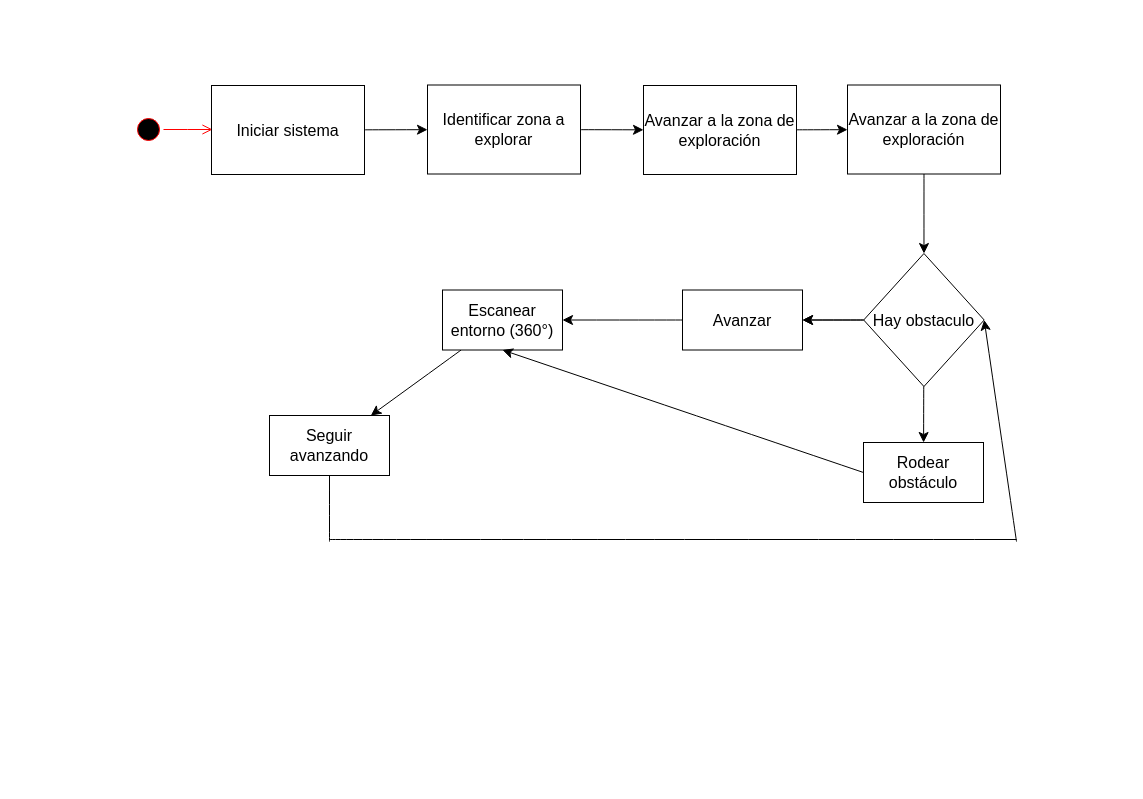
Above: Diagrama sin título.drawio in PabloDavid2004/Progamation (draw.io), before the change. Source tidied: cells renumbered, new cells numbered last; positions are measured from the earlier drawing's top-left corner, leaving out a move shared by most shapes. Both pictures are drawn from the tidied source at 100%, with x=0, y=0 at pixel (133, 84).
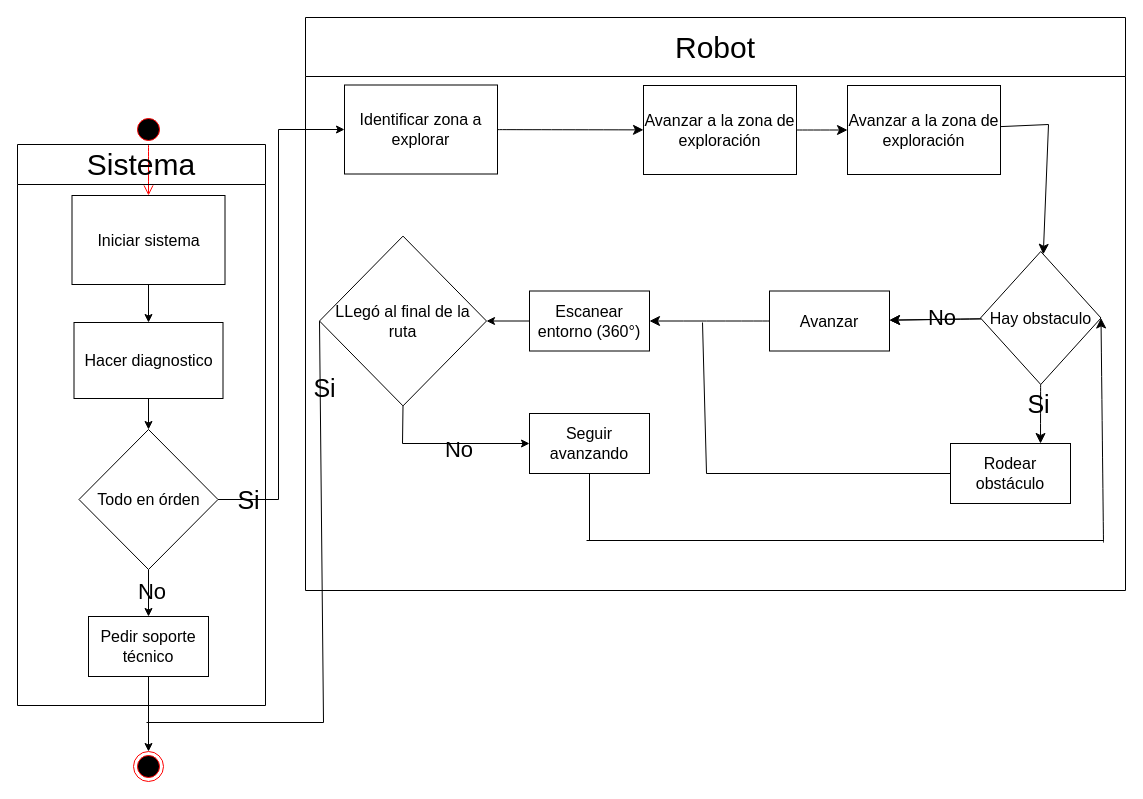
Above is the later version.

The edit, as a diff of the source:
```diff
@@
-    <mxCell id="2" style="ellipse;html=1;shape=startState;fillColor=#000000;strokeColor=#ff0000;fontSize=16;" parent="1" vertex="1">
+    <mxCell id="2" style="ellipse;html=1;shape=startState;fillColor=#000000;strokeColor=#ff0000;fontSize=16;direction=east;flipV=0;" parent="1" vertex="1">
       <mxGeometry y="30" width="30" height="30" as="geometry" />
     </mxCell>
-    <mxCell id="3" style="edgeStyle=orthogonalEdgeStyle;html=1;verticalAlign=bottom;endArrow=open;endSize=8;strokeColor=#ff0000;rounded=0;fontSize=12;curved=1;" parent="1" edge="1" source="2">
-      <mxGeometry relative="1" as="geometry">
-        <mxPoint x="79" y="45" as="targetPoint" />
-      </mxGeometry>
+    <mxCell id="3" style="edgeStyle=orthogonalEdgeStyle;html=1;verticalAlign=bottom;endArrow=open;endSize=8;strokeColor=#ff0000;rounded=0;fontSize=12;curved=1;entryX=0.5;entryY=0;entryDx=0;entryDy=0;" parent="1" edge="1" source="2" target="5">
+      <mxGeometry relative="1" as="geometry" />
     </mxCell>
-    <mxCell id="4" style="edgeStyle=none;curved=1;rounded=0;jettySize=auto;html=1;fontSize=12;startSize=8;endSize=8;" parent="1" edge="1" source="5" target="7">
-      <mxGeometry relative="1" as="geometry" />
-    </mxCell>
+    <mxCell id="26" style="edgeStyle=orthogonalEdgeStyle;rounded=0;jettySize=auto;html=1;" parent="1" edge="1" source="5" target="29">
+      <mxGeometry relative="1" as="geometry" />
+    </mxCell>
-    <mxCell id="5" value="Iniciar sistema" style="rounded=0;whiteSpace=wrap;html=1;fontSize=16;align=center;" parent="1" vertex="1">
-      <mxGeometry x="78" y="1" width="153" height="89" as="geometry" />
+    <mxCell id="5" value="Iniciar sistema" style="rounded=0;whiteSpace=wrap;html=1;fontSize=16;align=center;direction=east;flipV=0;" parent="1" vertex="1">
+      <mxGeometry x="-61.5" y="111" width="153" height="89" as="geometry" />
     </mxCell>
@@
-    <mxCell id="7" value="Identificar zona a explorar" style="rounded=0;whiteSpace=wrap;html=1;fontSize=16;align=center;" parent="1" vertex="1">
-      <mxGeometry x="294" y="0.5" width="153" height="89" as="geometry" />
+    <mxCell id="7" value="Identificar zona a explorar" style="rounded=0;whiteSpace=wrap;html=1;fontSize=16;align=center;direction=east;flipV=0;" parent="1" vertex="1">
+      <mxGeometry x="211" y="0.5" width="153" height="89" as="geometry" />
     </mxCell>
@@
-    <mxCell id="9" value="Avanzar a la zona de exploración" style="rounded=0;whiteSpace=wrap;html=1;fontSize=16;align=center;" parent="1" vertex="1">
+    <mxCell id="9" value="Avanzar a la zona de exploración" style="rounded=0;whiteSpace=wrap;html=1;fontSize=16;align=center;direction=east;flipV=0;" parent="1" vertex="1">
       <mxGeometry x="510" y="1" width="153" height="89" as="geometry" />
     </mxCell>
-    <mxCell id="10" style="edgeStyle=none;curved=1;rounded=0;jettySize=auto;html=1;fontSize=12;startSize=8;endSize=8;" parent="1" edge="1" source="11" target="15">
-      <mxGeometry relative="1" as="geometry" />
+    <mxCell id="10" style="edgeStyle=none;rounded=0;jettySize=auto;html=1;fontSize=12;startSize=8;endSize=8;" parent="1" edge="1" source="11" target="15">
+      <mxGeometry relative="1" as="geometry">
+        <Array as="points">
+          <mxPoint x="915" y="40" />
+        </Array>
+      </mxGeometry>
     </mxCell>
-    <mxCell id="11" value="Avanzar a la zona de exploración" style="rounded=0;whiteSpace=wrap;html=1;fontSize=16;align=center;" parent="1" vertex="1">
-      <mxGeometry x="714" y="0.5" width="153" height="89" as="geometry" />
+    <mxCell id="11" value="Avanzar a la zona de exploración" style="rounded=0;whiteSpace=wrap;html=1;fontSize=16;align=center;direction=east;flipV=0;" parent="1" vertex="1">
+      <mxGeometry x="714" y="1" width="153" height="89" as="geometry" />
     </mxCell>
@@
-    <mxCell id="14" style="edgeStyle=none;curved=1;rounded=0;jettySize=auto;html=1;fontSize=12;startSize=8;endSize=8;" parent="1" edge="1" source="15" target="21">
+    <mxCell id="14" style="edgeStyle=none;curved=1;rounded=0;jettySize=auto;html=1;fontSize=12;startSize=8;endSize=8;entryX=0.75;entryY=0;entryDx=0;entryDy=0;" parent="1" edge="1" source="15" target="21">
       <mxGeometry relative="1" as="geometry" />
     </mxCell>
     <mxCell id="15" value="Hay obstaculo" style="rhombus;whiteSpace=wrap;html=1;fontSize=16;flipH=1;flipV=1;" parent="1" vertex="1">
-      <mxGeometry x="730.2" y="169" width="120.5" height="133" as="geometry" />
+      <mxGeometry x="847" y="167" width="120.5" height="133" as="geometry" />
     </mxCell>
@@
     <mxCell id="17" value="Avanzar" style="whiteSpace=wrap;html=1;fontSize=16;" parent="1" vertex="1">
-      <mxGeometry x="549" y="205.5" width="120" height="60" as="geometry" />
+      <mxGeometry x="636" y="206.5" width="120" height="60" as="geometry" />
     </mxCell>
-    <mxCell id="18" style="edgeStyle=none;curved=1;rounded=0;jettySize=auto;html=1;fontSize=12;startSize=8;endSize=8;" parent="1" edge="1" source="19" target="22">
-      <mxGeometry relative="1" as="geometry" />
-    </mxCell>
+    <mxCell id="27" style="edgeStyle=none;rounded=0;jettySize=auto;html=1;" parent="1" edge="1" source="19" target="43">
+      <mxGeometry relative="1" as="geometry" />
+    </mxCell>
     <mxCell id="19" value="Escanear entorno (360°)" style="whiteSpace=wrap;html=1;fontSize=16;" parent="1" vertex="1">
-      <mxGeometry x="309" y="205.5" width="120" height="60" as="geometry" />
+      <mxGeometry x="396" y="206.5" width="120" height="60" as="geometry" />
     </mxCell>
-    <mxCell id="20" style="edgeStyle=none;curved=1;rounded=0;jettySize=auto;html=1;exitX=0;exitY=0.5;exitDx=0;exitDy=0;entryX=0.5;entryY=1;entryDx=0;entryDy=0;fontSize=12;startSize=8;endSize=8;" parent="1" edge="1" source="21" target="19">
-      <mxGeometry relative="1" as="geometry" />
+    <mxCell id="20" style="edgeStyle=none;rounded=0;jettySize=auto;html=1;exitX=0;exitY=0.5;exitDx=0;exitDy=0;fontSize=12;startSize=8;endSize=8;entryX=0.5;entryY=1;entryDx=0;entryDy=0;endArrow=none;endFill=0;" parent="1" edge="1" source="21">
+      <mxGeometry relative="1" as="geometry">
+        <mxPoint x="569" y="238" as="targetPoint" />
+        <Array as="points">
+          <mxPoint x="573" y="389" />
+        </Array>
+      </mxGeometry>
     </mxCell>
     <mxCell id="21" value="Rodear obstáculo" style="whiteSpace=wrap;html=1;fontSize=16;" parent="1" vertex="1">
-      <mxGeometry x="730" y="358" width="120" height="60" as="geometry" />
+      <mxGeometry x="817" y="359" width="120" height="60" as="geometry" />
     </mxCell>
     <mxCell id="22" value="Seguir avanzando" style="whiteSpace=wrap;html=1;fontSize=16;" parent="1" vertex="1">
-      <mxGeometry x="136" y="331" width="120" height="60" as="geometry" />
+      <mxGeometry x="396" y="329" width="120" height="60" as="geometry" />
     </mxCell>
-    <mxCell id="23" style="endArrow=none;html=1;rounded=0;fontSize=12;startSize=8;endSize=8;curved=1;entryX=0.5;entryY=1;entryDx=0;entryDy=0;" parent="1" edge="1" target="22">
-      <mxGeometry relative="1" as="geometry">
-        <mxPoint x="196" y="457" as="sourcePoint" />
-      </mxGeometry>
-    </mxCell>
-    <mxCell id="24" style="endArrow=none;html=1;rounded=0;fontSize=12;startSize=8;endSize=8;curved=1;" parent="1" edge="1">
+    <mxCell id="24" style="endArrow=none;html=1;rounded=0;fontSize=12;startSize=8;endSize=8;" parent="1" edge="1">
       <mxGeometry relative="1" as="geometry">
-        <mxPoint x="196" y="455" as="sourcePoint" />
-        <mxPoint x="883" y="455" as="targetPoint" />
+        <mxPoint x="453" y="456" as="sourcePoint" />
+        <mxPoint x="970" y="456" as="targetPoint" />
       </mxGeometry>
     </mxCell>
     <mxCell id="25" style="endArrow=classic;html=1;rounded=0;fontSize=12;startSize=8;endSize=8;curved=1;entryX=1;entryY=0.5;entryDx=0;entryDy=0;" parent="1" edge="1" target="15">
       <mxGeometry relative="1" as="geometry">
-        <mxPoint x="883" y="457" as="sourcePoint" />
+        <mxPoint x="970" y="458" as="sourcePoint" />
       </mxGeometry>
     </mxCell>
+    <mxCell id="28" style="edgeStyle=orthogonalEdgeStyle;rounded=0;jettySize=auto;html=1;" parent="1" edge="1" source="29" target="32">
+      <mxGeometry relative="1" as="geometry" />
+    </mxCell>
+    <mxCell id="29" value="Hacer diagnostico" style="whiteSpace=wrap;html=1;fontSize=16;rounded=0;" parent="1" vertex="1">
+      <mxGeometry x="-59.5" y="238" width="149" height="76" as="geometry" />
+    </mxCell>
+    <mxCell id="30" style="edgeStyle=orthogonalEdgeStyle;rounded=0;jettySize=auto;html=1;exitX=1;exitY=0.5;exitDx=0;exitDy=0;" parent="1" edge="1" source="32" target="7">
+      <mxGeometry relative="1" as="geometry">
+        <Array as="points">
+          <mxPoint x="145" y="415" />
+          <mxPoint x="145" y="45" />
+        </Array>
+      </mxGeometry>
+    </mxCell>
+    <mxCell id="31" style="edgeStyle=orthogonalEdgeStyle;rounded=0;jettySize=auto;html=1;" parent="1" edge="1" source="32" target="36">
+      <mxGeometry relative="1" as="geometry" />
+    </mxCell>
+    <mxCell id="32" value="Todo en órden" style="rhombus;whiteSpace=wrap;html=1;fontSize=16;rounded=0;" parent="1" vertex="1">
+      <mxGeometry x="-54.5" y="345" width="139" height="140" as="geometry" />
+    </mxCell>
+    <mxCell id="33" value="&lt;font style=&quot;font-size: 25px;&quot;&gt;Si&lt;/font&gt;" style="text;html=1;strokeColor=none;fillColor=none;align=center;verticalAlign=middle;whiteSpace=wrap;rounded=0;rotation=0;labelBorderColor=none;" parent="1" vertex="1">
+      <mxGeometry x="66" y="389" width="99" height="52" as="geometry" />
+    </mxCell>
+    <mxCell id="34" value="&lt;font style=&quot;font-size: 22px;&quot;&gt;No&lt;/font&gt;" style="text;html=1;strokeColor=none;fillColor=none;align=center;verticalAlign=middle;whiteSpace=wrap;rounded=0;" parent="1" vertex="1">
+      <mxGeometry x="-11" y="493" width="60" height="30" as="geometry" />
+    </mxCell>
+    <mxCell id="35" style="edgeStyle=orthogonalEdgeStyle;rounded=0;jettySize=auto;html=1;" parent="1" edge="1" source="36" target="37">
+      <mxGeometry relative="1" as="geometry" />
+    </mxCell>
+    <mxCell id="36" value="Pedir soporte técnico" style="whiteSpace=wrap;html=1;fontSize=16;rounded=0;" parent="1" vertex="1">
+      <mxGeometry x="-45" y="532" width="120" height="60" as="geometry" />
+    </mxCell>
+    <mxCell id="37" style="ellipse;html=1;shape=endState;fillColor=#000000;strokeColor=#ff0000;" parent="1" vertex="1">
+      <mxGeometry y="667" width="30" height="30" as="geometry" />
+    </mxCell>
+    <mxCell id="38" value="&lt;font style=&quot;font-size: 22px;&quot;&gt;No&lt;/font&gt;" style="text;html=1;strokeColor=none;fillColor=none;align=center;verticalAlign=middle;whiteSpace=wrap;rounded=0;" parent="1" vertex="1">
+      <mxGeometry x="779" y="218.5" width="60" height="30" as="geometry" />
+    </mxCell>
+    <mxCell id="39" value="&lt;font style=&quot;font-size: 25px;&quot;&gt;Si&lt;/font&gt;" style="text;html=1;strokeColor=none;fillColor=none;align=center;verticalAlign=middle;whiteSpace=wrap;rounded=0;rotation=0;labelBorderColor=none;" parent="1" vertex="1">
+      <mxGeometry x="856" y="293" width="99" height="52" as="geometry" />
+    </mxCell>
+    <mxCell id="40" style="endArrow=none;html=1;rounded=0;entryX=0.5;entryY=1;entryDx=0;entryDy=0;" parent="1" edge="1" target="22">
+      <mxGeometry relative="1" as="geometry">
+        <mxPoint x="456" y="456" as="sourcePoint" />
+      </mxGeometry>
+    </mxCell>
+    <mxCell id="41" style="edgeStyle=none;rounded=0;jettySize=auto;html=1;exitX=0.5;exitY=1;exitDx=0;exitDy=0;entryX=0;entryY=0.5;entryDx=0;entryDy=0;" parent="1" edge="1" source="43" target="22">
+      <mxGeometry relative="1" as="geometry">
+        <Array as="points">
+          <mxPoint x="269" y="359" />
+        </Array>
+      </mxGeometry>
+    </mxCell>
+    <mxCell id="42" style="edgeStyle=none;rounded=0;jettySize=auto;html=1;exitX=0;exitY=0.5;exitDx=0;exitDy=0;endArrow=none;endFill=0;" parent="1" edge="1" source="43">
+      <mxGeometry relative="1" as="geometry">
+        <mxPoint x="13" y="638" as="targetPoint" />
+        <Array as="points">
+          <mxPoint x="190" y="638" />
+        </Array>
+      </mxGeometry>
+    </mxCell>
+    <mxCell id="43" value="LLegó al final de la ruta" style="rhombus;whiteSpace=wrap;html=1;fontSize=16;" parent="1" vertex="1">
+      <mxGeometry x="186" y="151.6" width="167" height="169.8" as="geometry" />
+    </mxCell>
+    <mxCell id="44" value="&lt;font style=&quot;font-size: 25px;&quot;&gt;Si&lt;/font&gt;" style="text;html=1;strokeColor=none;fillColor=none;align=center;verticalAlign=middle;whiteSpace=wrap;rounded=0;rotation=0;labelBorderColor=none;" parent="1" vertex="1">
+      <mxGeometry x="142" y="277" width="99" height="52" as="geometry" />
+    </mxCell>
+    <mxCell id="45" value="&lt;font style=&quot;font-size: 22px;&quot;&gt;No&lt;/font&gt;" style="text;html=1;strokeColor=none;fillColor=none;align=center;verticalAlign=middle;whiteSpace=wrap;rounded=0;" parent="1" vertex="1">
+      <mxGeometry x="296" y="351" width="60" height="30" as="geometry" />
+    </mxCell>
+    <mxCell id="46" value="&lt;font style=&quot;font-size: 30px;&quot;&gt;Sistema&lt;/font&gt;" style="swimlane;fontStyle=0;horizontal=1;startSize=40;fillColor=none;whiteSpace=wrap;html=1;" parent="1" vertex="1">
+      <mxGeometry x="-116" y="60" width="248" height="561" as="geometry" />
+    </mxCell>
+    <mxCell id="47" value="&lt;font style=&quot;font-size: 30px;&quot;&gt;Robot&lt;/font&gt;" style="swimlane;fontStyle=0;horizontal=1;startSize=59;fillColor=none;whiteSpace=wrap;html=1;" parent="1" vertex="1">
+      <mxGeometry x="172" y="-67" width="820" height="573" as="geometry" />
+    </mxCell>
```
